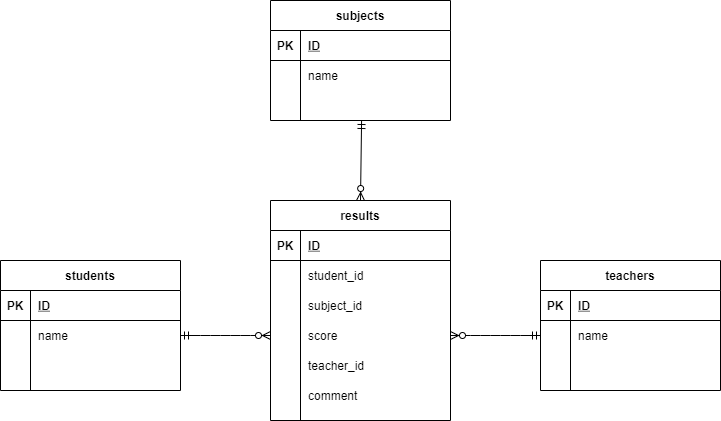
The draw.io diagram index.drawio.png in mikan33san/coachtech-excercise6, before a commit. Source tidied: cells renumbered, new cells last; positions are measured from the earlier drawing's top-left corner, leaving out a move shared by most shapes.
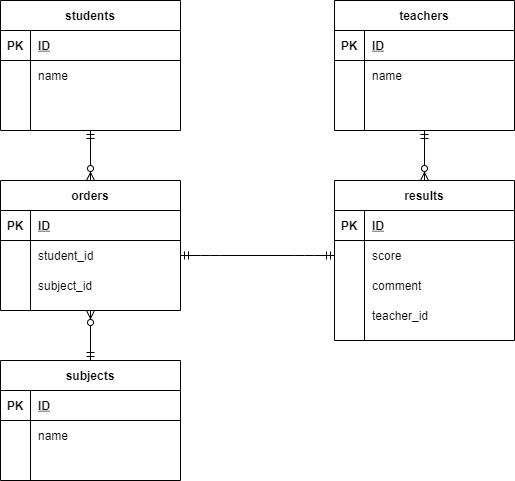
Above is the later version.

Commit message:
coachtech-excercise6re

Change to the diagram source:
```diff
@@ -3,7 +3,7 @@
     <mxCell id="0" />
     <mxCell id="1" parent="0" />
     <mxCell id="2" value="students" style="shape=table;startSize=30;rowLines=0;fontStyle=1;align=center;" parent="1" vertex="1">
-      <mxGeometry y="260" width="180" height="130" as="geometry" />
+      <mxGeometry x="40" y="20" width="180" height="130" as="geometry" />
     </mxCell>
     <mxCell id="3" style="shape=partialRectangle;fillColor=none;top=0;left=0;bottom=1;right=0;" parent="2" vertex="1">
       <mxGeometry y="30" width="180" height="30" as="geometry" />
@@ -33,7 +33,7 @@
       <mxGeometry x="30" width="150" height="30" as="geometry" />
     </mxCell>
     <mxCell id="12" value="subjects" style="shape=table;startSize=30;rowLines=0;fontStyle=1;align=center;" parent="1" vertex="1">
-      <mxGeometry x="270" width="180" height="120" as="geometry" />
+      <mxGeometry x="40" y="380" width="180" height="120" as="geometry" />
     </mxCell>
     <mxCell id="13" style="shape=partialRectangle;fillColor=none;top=0;left=0;bottom=1;right=0;" parent="12" vertex="1">
       <mxGeometry y="30" width="180" height="30" as="geometry" />
@@ -63,7 +63,7 @@
       <mxGeometry x="30" width="150" height="30" as="geometry" />
     </mxCell>
     <mxCell id="22" value="teachers" style="shape=table;startSize=30;rowLines=0;fontStyle=1;align=center;" parent="1" vertex="1">
-      <mxGeometry x="540" y="260" width="180" height="130" as="geometry" />
+      <mxGeometry x="374" y="20" width="180" height="130" as="geometry" />
     </mxCell>
     <mxCell id="23" style="shape=partialRectangle;fillColor=none;top=0;left=0;bottom=1;right=0;" parent="22" vertex="1">
       <mxGeometry y="30" width="180" height="30" as="geometry" />
@@ -93,7 +93,7 @@
       <mxGeometry x="30" width="150" height="30" as="geometry" />
     </mxCell>
     <mxCell id="32" value="results" style="shape=table;startSize=30;rowLines=0;fontStyle=1;align=center;" parent="1" vertex="1">
-      <mxGeometry x="270" y="200" width="180" height="220" as="geometry" />
+      <mxGeometry x="374" y="200" width="180" height="160" as="geometry" />
     </mxCell>
     <mxCell id="33" style="shape=partialRectangle;fillColor=none;top=0;left=0;bottom=1;right=0;" parent="32" vertex="1">
       <mxGeometry y="30" width="180" height="30" as="geometry" />
@@ -104,26 +104,8 @@
     <mxCell id="35" value="ID" style="shape=partialRectangle;fillColor=none;top=0;left=0;bottom=0;right=0;align=left;spacingLeft=6;fontStyle=5;overflow=hidden;" parent="33" vertex="1">
       <mxGeometry x="30" width="150" height="30" as="geometry" />
     </mxCell>
-    <mxCell id="36" style="shape=partialRectangle;fillColor=none;top=0;left=0;bottom=0;right=0;points=[[0,0.5],[1,0.5]];portConstraint=eastwest;" parent="32" vertex="1">
-      <mxGeometry y="60" width="180" height="30" as="geometry" />
-    </mxCell>
-    <mxCell id="37" style="shape=partialRectangle;fillColor=none;top=0;left=0;bottom=0;right=0;overflow=hidden;" parent="36" vertex="1">
-      <mxGeometry width="30" height="30" as="geometry" />
-    </mxCell>
-    <mxCell id="38" value="student_id" style="shape=partialRectangle;fillColor=none;top=0;left=0;bottom=0;right=0;align=left;spacingLeft=6;overflow=hidden;" parent="36" vertex="1">
-      <mxGeometry x="30" width="150" height="30" as="geometry" />
-    </mxCell>
-    <mxCell id="39" style="shape=partialRectangle;fillColor=none;top=0;left=0;bottom=0;right=0;" parent="32" vertex="1">
-      <mxGeometry y="90" width="180" height="30" as="geometry" />
-    </mxCell>
-    <mxCell id="40" style="shape=partialRectangle;fillColor=none;top=0;left=0;bottom=0;right=0;overflow=hidden;" parent="39" vertex="1">
-      <mxGeometry width="30" height="30" as="geometry" />
-    </mxCell>
-    <mxCell id="41" value="subject_id" style="shape=partialRectangle;fillColor=none;top=0;left=0;bottom=0;right=0;align=left;spacingLeft=6;overflow=hidden;" parent="39" vertex="1">
-      <mxGeometry x="30" width="150" height="30" as="geometry" />
-    </mxCell>
     <mxCell id="42" style="shape=partialRectangle;fillColor=none;top=0;left=0;bottom=0;right=0;points=[[0,0.5],[1,0.5]];portConstraint=eastwest;" parent="32" vertex="1">
-      <mxGeometry y="120" width="180" height="30" as="geometry" />
+      <mxGeometry y="60" width="180" height="30" as="geometry" />
     </mxCell>
     <mxCell id="43" style="shape=partialRectangle;fillColor=none;top=0;left=0;bottom=0;right=0;overflow=hidden;" parent="42" vertex="1">
       <mxGeometry width="30" height="30" as="geometry" />
@@ -131,17 +113,8 @@
     <mxCell id="44" value="score" style="shape=partialRectangle;fillColor=none;top=0;left=0;bottom=0;right=0;align=left;spacingLeft=6;overflow=hidden;" parent="42" vertex="1">
       <mxGeometry x="30" width="150" height="30" as="geometry" />
     </mxCell>
-    <mxCell id="45" style="shape=partialRectangle;fillColor=none;top=0;left=0;bottom=0;right=0;" parent="32" vertex="1">
-      <mxGeometry y="150" width="180" height="30" as="geometry" />
-    </mxCell>
-    <mxCell id="46" style="shape=partialRectangle;fillColor=none;top=0;left=0;bottom=0;right=0;overflow=hidden;" parent="45" vertex="1">
-      <mxGeometry width="30" height="30" as="geometry" />
-    </mxCell>
-    <mxCell id="47" value="teacher_id" style="shape=partialRectangle;fillColor=none;top=0;left=0;bottom=0;right=0;align=left;spacingLeft=6;overflow=hidden;" parent="45" vertex="1">
-      <mxGeometry x="30" width="150" height="30" as="geometry" />
-    </mxCell>
     <mxCell id="48" style="shape=partialRectangle;fillColor=none;top=0;left=0;bottom=0;right=0;" parent="32" vertex="1">
-      <mxGeometry y="180" width="180" height="30" as="geometry" />
+      <mxGeometry y="90" width="180" height="30" as="geometry" />
     </mxCell>
     <mxCell id="49" style="shape=partialRectangle;fillColor=none;top=0;left=0;bottom=0;right=0;overflow=hidden;" parent="48" vertex="1">
       <mxGeometry width="30" height="30" as="geometry" />
@@ -149,14 +122,56 @@
     <mxCell id="50" value="comment" style="shape=partialRectangle;fillColor=none;top=0;left=0;bottom=0;right=0;align=left;spacingLeft=6;overflow=hidden;" parent="48" vertex="1">
       <mxGeometry x="30" width="150" height="30" as="geometry" />
     </mxCell>
-    <mxCell id="51" style="edgeStyle=entityRelationEdgeStyle;fontSize=12;html=1;endArrow=ERzeroToMany;startArrow=ERmandOne;exitX=1;exitY=0.5;exitDx=0;exitDy=0;entryX=0;entryY=0.5;entryDx=0;entryDy=0;" parent="1" edge="1" source="6" target="42">
-      <mxGeometry relative="1" as="geometry" />
-    </mxCell>
-    <mxCell id="52" style="edgeStyle=entityRelationEdgeStyle;fontSize=12;html=1;endArrow=ERzeroToMany;startArrow=ERmandOne;exitX=0;exitY=0.5;exitDx=0;exitDy=0;entryX=1;entryY=0.5;entryDx=0;entryDy=0;" parent="1" edge="1" source="26" target="42">
-      <mxGeometry relative="1" as="geometry" />
-    </mxCell>
-    <mxCell id="53" style="fontSize=12;html=1;endArrow=ERzeroToMany;startArrow=ERmandOne;exitX=0.506;exitY=1;exitDx=0;exitDy=0;exitPerimeter=0;entryX=0.5;entryY=0;entryDx=0;entryDy=0;" parent="1" edge="1" source="19" target="32">
-      <mxGeometry relative="1" as="geometry" />
-    </mxCell>
+    <mxCell id="54" style="shape=partialRectangle;fillColor=none;top=0;left=0;bottom=0;right=0;" parent="32" vertex="1">
+      <mxGeometry y="120" width="180" height="30" as="geometry" />
+    </mxCell>
+    <mxCell id="55" style="shape=partialRectangle;fillColor=none;top=0;left=0;bottom=0;right=0;overflow=hidden;" parent="54" vertex="1">
+      <mxGeometry width="30" height="30" as="geometry" />
+    </mxCell>
+    <mxCell id="47" value="teacher_id" style="shape=partialRectangle;fillColor=none;top=0;left=0;bottom=0;right=0;align=left;spacingLeft=6;overflow=hidden;" parent="54" vertex="1">
+      <mxGeometry x="30" width="150" height="30" as="geometry" />
+    </mxCell>
+    <mxCell id="56" value="orders" style="shape=table;startSize=30;rowLines=0;fontStyle=1;align=center;" parent="1" vertex="1">
+      <mxGeometry x="40" y="200" width="180" height="130" as="geometry" />
+    </mxCell>
+    <mxCell id="57" style="shape=partialRectangle;fillColor=none;top=0;left=0;bottom=1;right=0;" parent="56" vertex="1">
+      <mxGeometry y="30" width="180" height="30" as="geometry" />
+    </mxCell>
+    <mxCell id="58" value="PK" style="shape=partialRectangle;fillColor=none;top=0;left=0;bottom=0;right=0;fontStyle=1;overflow=hidden;" parent="57" vertex="1">
+      <mxGeometry width="30" height="30" as="geometry" />
+    </mxCell>
+    <mxCell id="59" value="ID" style="shape=partialRectangle;fillColor=none;top=0;left=0;bottom=0;right=0;align=left;spacingLeft=6;fontStyle=5;overflow=hidden;" parent="57" vertex="1">
+      <mxGeometry x="30" width="150" height="30" as="geometry" />
+    </mxCell>
+    <mxCell id="36" style="shape=partialRectangle;fillColor=none;top=0;left=0;bottom=0;right=0;points=[[0,0.5],[1,0.5]];portConstraint=eastwest;" parent="56" vertex="1">
+      <mxGeometry y="60" width="180" height="30" as="geometry" />
+    </mxCell>
+    <mxCell id="60" style="shape=partialRectangle;fillColor=none;top=0;left=0;bottom=0;right=0;overflow=hidden;" parent="36" vertex="1">
+      <mxGeometry width="30" height="30" as="geometry" />
+    </mxCell>
+    <mxCell id="38" value="student_id" style="shape=partialRectangle;fillColor=none;top=0;left=0;bottom=0;right=0;align=left;spacingLeft=6;overflow=hidden;" parent="36" vertex="1">
+      <mxGeometry x="30" width="150" height="30" as="geometry" />
+    </mxCell>
+    <mxCell id="39" style="shape=partialRectangle;fillColor=none;top=0;left=0;bottom=0;right=0;" parent="56" vertex="1">
+      <mxGeometry y="90" width="180" height="30" as="geometry" />
+    </mxCell>
+    <mxCell id="61" style="shape=partialRectangle;fillColor=none;top=0;left=0;bottom=0;right=0;overflow=hidden;" parent="39" vertex="1">
+      <mxGeometry width="30" height="30" as="geometry" />
+    </mxCell>
+    <mxCell id="41" value="subject_id" style="shape=partialRectangle;fillColor=none;top=0;left=0;bottom=0;right=0;align=left;spacingLeft=6;overflow=hidden;" parent="39" vertex="1">
+      <mxGeometry x="30" width="150" height="30" as="geometry" />
+    </mxCell>
+    <mxCell id="62" style="fontSize=12;html=1;endArrow=ERzeroToMany;startArrow=ERmandOne;exitX=0.5;exitY=1;exitDx=0;exitDy=0;entryX=0.5;entryY=0;entryDx=0;entryDy=0;" parent="1" edge="1" source="2" target="56">
+      <mxGeometry relative="1" as="geometry" />
+    </mxCell>
+    <mxCell id="63" style="fontSize=12;html=1;endArrow=ERzeroToMany;startArrow=ERmandOne;exitX=0.5;exitY=0;exitDx=0;exitDy=0;entryX=0.5;entryY=1;entryDx=0;entryDy=0;" parent="1" edge="1" source="12" target="56">
+      <mxGeometry relative="1" as="geometry" />
+    </mxCell>
+    <mxCell id="64" style="edgeStyle=entityRelationEdgeStyle;fontSize=12;html=1;endArrow=ERmandOne;startArrow=ERmandOne;exitX=1;exitY=0.5;exitDx=0;exitDy=0;entryX=0;entryY=0.5;entryDx=0;entryDy=0;" parent="1" edge="1" source="36" target="42">
+      <mxGeometry relative="1" as="geometry" />
+    </mxCell>
+    <mxCell id="65" style="fontSize=12;html=1;endArrow=ERzeroToMany;startArrow=ERmandOne;exitX=0.5;exitY=1;exitDx=0;exitDy=0;entryX=0.5;entryY=0;entryDx=0;entryDy=0;" parent="1" edge="1" source="22" target="32">
+      <mxGeometry relative="1" as="geometry" />
+    </mxCell>
   </root>
 </mxGraphModel>
```
